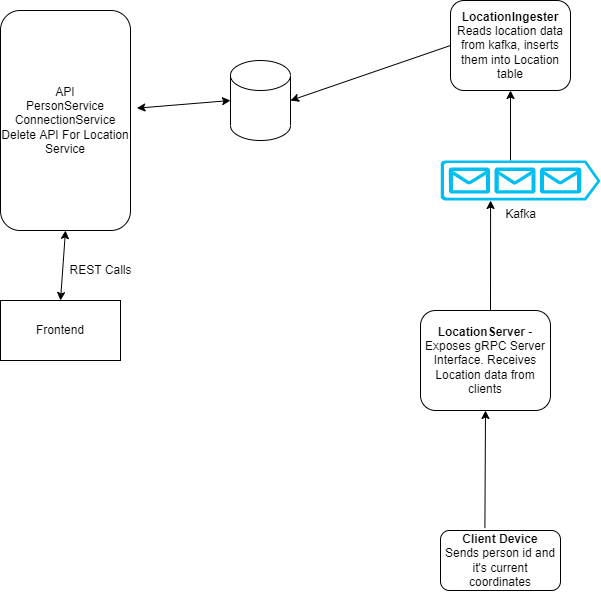
The draw.io diagram docs/architecture_design.png in udacity/cd0309-message-passing-projects-starter, before a commit. Source tidied: cells renumbered, new cells last; positions are measured from the earlier drawing's top-left corner, leaving out a move shared by most shapes.
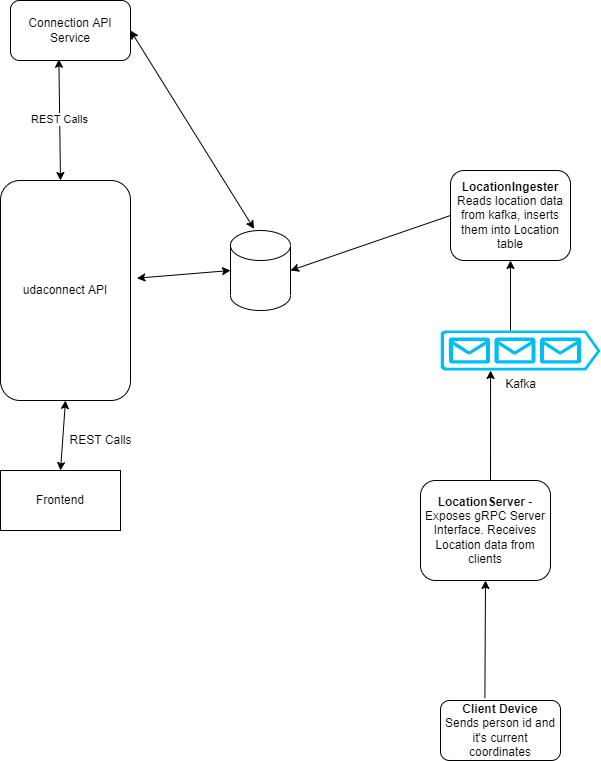
The same file after the commit.

Diff of the diagram source:
```diff
@@ -2,7 +2,7 @@
   <root>
     <mxCell id="0" />
     <mxCell id="1" parent="0" />
-    <mxCell id="2" value="API&lt;br&gt;PersonService&lt;br&gt;ConnectionService&lt;br&gt;Delete API For Location Service" style="rounded=1;whiteSpace=wrap;html=1;" parent="1" vertex="1">
+    <mxCell id="2" value="udaconnect API" style="rounded=1;whiteSpace=wrap;html=1;" parent="1" vertex="1">
       <mxGeometry y="10" width="130" height="220" as="geometry" />
     </mxCell>
     <mxCell id="3" style="shape=cylinder3;whiteSpace=wrap;html=1;boundedLbl=1;backgroundOutline=1;size=15;" parent="1" vertex="1">
@@ -48,5 +48,16 @@
     <mxCell id="15" style="endArrow=classic;html=1;rounded=0;entryX=0.5;entryY=1;entryDx=0;entryDy=0;exitX=0.37;exitY=-0.04;exitDx=0;exitDy=0;exitPerimeter=0;" parent="1" edge="1" source="14" target="12">
       <mxGeometry relative="1" as="geometry" />
     </mxCell>
+    <mxCell id="16" value="Connection API Service" style="rounded=1;whiteSpace=wrap;html=1;" parent="1" vertex="1">
+      <mxGeometry x="10" y="-170" width="120" height="60" as="geometry" />
+    </mxCell>
+    <mxCell id="17" style="endArrow=classic;startArrow=classic;html=1;rounded=0;entryX=0.393;entryY=-0.02;entryDx=0;entryDy=0;entryPerimeter=0;exitX=1;exitY=0.5;exitDx=0;exitDy=0;" parent="1" edge="1" source="16" target="3">
+      <mxGeometry relative="1" as="geometry" />
+    </mxCell>
+    <mxCell id="18" value="REST Calls&lt;br&gt;" style="endArrow=classic;startArrow=classic;html=1;rounded=0;entryX=0.403;entryY=0.98;entryDx=0;entryDy=0;entryPerimeter=0;" parent="1" edge="1" target="16">
+      <mxGeometry relative="1" as="geometry">
+        <mxPoint x="60" y="10" as="sourcePoint" />
+      </mxGeometry>
+    </mxCell>
   </root>
 </mxGraphModel>
```
